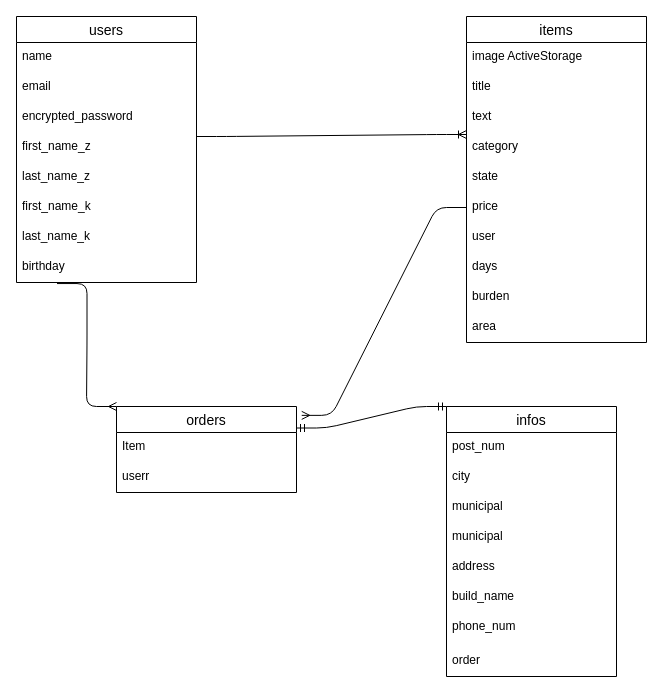
Above: test.dio in fmnature/furima-33540 (draw.io), before the change. Source tidied: cells renumbered, new cells numbered last; positions are measured from the earlier drawing's top-left corner, leaving out a move shared by most shapes. Both pictures are drawn from the tidied source at 100%, with x=0, y=0 at pixel (16, 16).
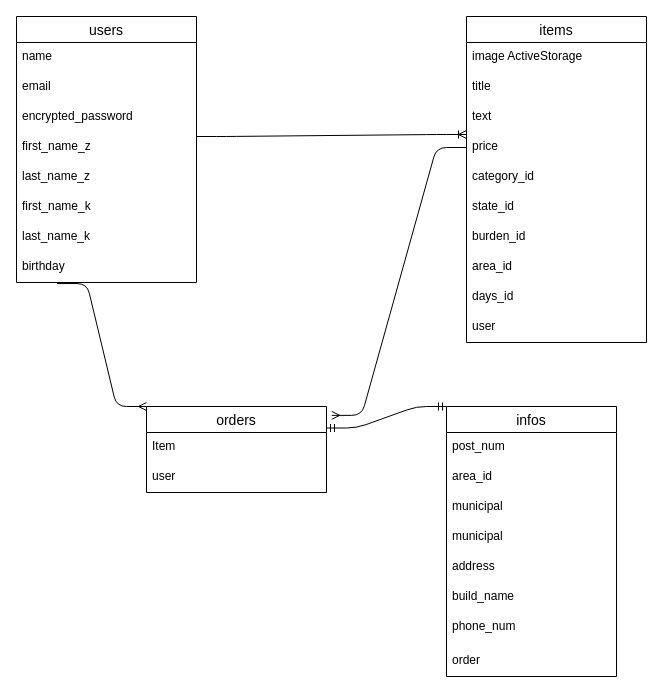
The same diagram, later.

Unchanged cells that the change refers to:
```xml
<mxCell id="2" value="items" style="swimlane;fontStyle=0;horizontal=1;startSize=26;align=center;fontSize=14;" parent="1" vertex="1">
  <mxGeometry x="450" width="180" height="326" as="geometry" />
</mxCell>
<mxCell id="25" value="infos" style="swimlane;fontStyle=0;horizontal=1;startSize=26;align=center;fontSize=14;" parent="1" vertex="1">
  <mxGeometry x="430" y="390" width="170" height="270" as="geometry" />
</mxCell>
```

The edit, as a diff of the source:
```diff
@@
+    <mxCell id="8" value="price" style="text;strokeColor=none;fillColor=none;spacingLeft=4;spacingRight=4;overflow=hidden;points=[[0,0.5],[1,0.5]];portConstraint=eastwest;fontSize=12;" parent="2" vertex="1">
+      <mxGeometry y="116" width="180" height="30" as="geometry" />
+    </mxCell>
-    <mxCell id="6" value="category" style="text;strokeColor=none;fillColor=none;spacingLeft=4;spacingRight=4;overflow=hidden;fontSize=12;" parent="2" vertex="1">
-      <mxGeometry y="116" width="180" height="30" as="geometry" />
+    <mxCell id="6" value="category_id" style="text;strokeColor=none;fillColor=none;spacingLeft=4;spacingRight=4;overflow=hidden;fontSize=12;" parent="2" vertex="1">
+      <mxGeometry y="146" width="180" height="30" as="geometry" />
     </mxCell>
-    <mxCell id="7" value="state" style="text;strokeColor=none;fillColor=none;spacingLeft=4;spacingRight=4;overflow=hidden;fontSize=12;" parent="2" vertex="1">
-      <mxGeometry y="146" width="180" height="30" as="geometry" />
+    <mxCell id="7" value="state_id" style="text;strokeColor=none;fillColor=none;spacingLeft=4;spacingRight=4;overflow=hidden;fontSize=12;" parent="2" vertex="1">
+      <mxGeometry y="176" width="180" height="30" as="geometry" />
     </mxCell>
-    <mxCell id="8" value="price" style="text;strokeColor=none;fillColor=none;spacingLeft=4;spacingRight=4;overflow=hidden;points=[[0,0.5],[1,0.5]];portConstraint=eastwest;fontSize=12;" parent="2" vertex="1">
-      <mxGeometry y="176" width="180" height="30" as="geometry" />
-    </mxCell>
-    <mxCell id="9" value="user" style="text;strokeColor=none;fillColor=none;spacingLeft=4;spacingRight=4;overflow=hidden;fontSize=12;" parent="2" vertex="1">
-      <mxGeometry y="206" width="180" height="30" as="geometry" />
-    </mxCell>
-    <mxCell id="10" value="days" style="text;strokeColor=none;fillColor=none;spacingLeft=4;spacingRight=4;overflow=hidden;fontSize=12;" parent="2" vertex="1">
-      <mxGeometry y="236" width="180" height="30" as="geometry" />
-    </mxCell>
-    <mxCell id="11" value="burden" style="text;strokeColor=none;fillColor=none;spacingLeft=4;spacingRight=4;overflow=hidden;fontSize=12;" parent="2" vertex="1">
-      <mxGeometry y="266" width="180" height="30" as="geometry" />
+    <mxCell id="11" value="burden_id" style="text;strokeColor=none;fillColor=none;spacingLeft=4;spacingRight=4;overflow=hidden;fontSize=12;" parent="2" vertex="1">
+      <mxGeometry y="206" width="180" height="30" as="geometry" />
     </mxCell>
-    <mxCell id="12" value="area" style="text;strokeColor=none;fillColor=none;spacingLeft=4;spacingRight=4;overflow=hidden;fontSize=12;" parent="2" vertex="1">
-      <mxGeometry y="296" width="180" height="30" as="geometry" />
+    <mxCell id="12" value="area_id" style="text;strokeColor=none;fillColor=none;spacingLeft=4;spacingRight=4;overflow=hidden;fontSize=12;" parent="2" vertex="1">
+      <mxGeometry y="236" width="180" height="30" as="geometry" />
     </mxCell>
+    <mxCell id="10" value="days_id" style="text;strokeColor=none;fillColor=none;spacingLeft=4;spacingRight=4;overflow=hidden;fontSize=12;" parent="2" vertex="1">
+      <mxGeometry y="266" width="180" height="30" as="geometry" />
+    </mxCell>
+    <mxCell id="9" value="user" style="text;strokeColor=none;fillColor=none;spacingLeft=4;spacingRight=4;overflow=hidden;fontSize=12;" parent="2" vertex="1">
+      <mxGeometry y="296" width="180" height="30" as="geometry" />
+    </mxCell>
@@
     <mxCell id="22" value="orders" style="swimlane;fontStyle=0;horizontal=1;startSize=26;align=center;fontSize=14;" parent="1" vertex="1">
-      <mxGeometry x="100" y="390" width="180" height="86" as="geometry" />
+      <mxGeometry x="130" y="390" width="180" height="86" as="geometry" />
     </mxCell>
@@
-    <mxCell id="24" value="userr" style="text;strokeColor=none;fillColor=none;spacingLeft=4;spacingRight=4;overflow=hidden;fontSize=12;" parent="22" vertex="1">
+    <mxCell id="24" value="user" style="text;strokeColor=none;fillColor=none;spacingLeft=4;spacingRight=4;overflow=hidden;fontSize=12;" parent="22" vertex="1">
       <mxGeometry y="56" width="180" height="30" as="geometry" />
     </mxCell>
@@
-    <mxCell id="27" value="city" style="text;strokeColor=none;fillColor=none;spacingLeft=4;spacingRight=4;overflow=hidden;fontSize=12;" parent="25" vertex="1">
+    <mxCell id="27" value="area_id" style="text;strokeColor=none;fillColor=none;spacingLeft=4;spacingRight=4;overflow=hidden;fontSize=12;" parent="25" vertex="1">
       <mxGeometry y="56" width="170" height="30" as="geometry" />
     </mxCell>
```
